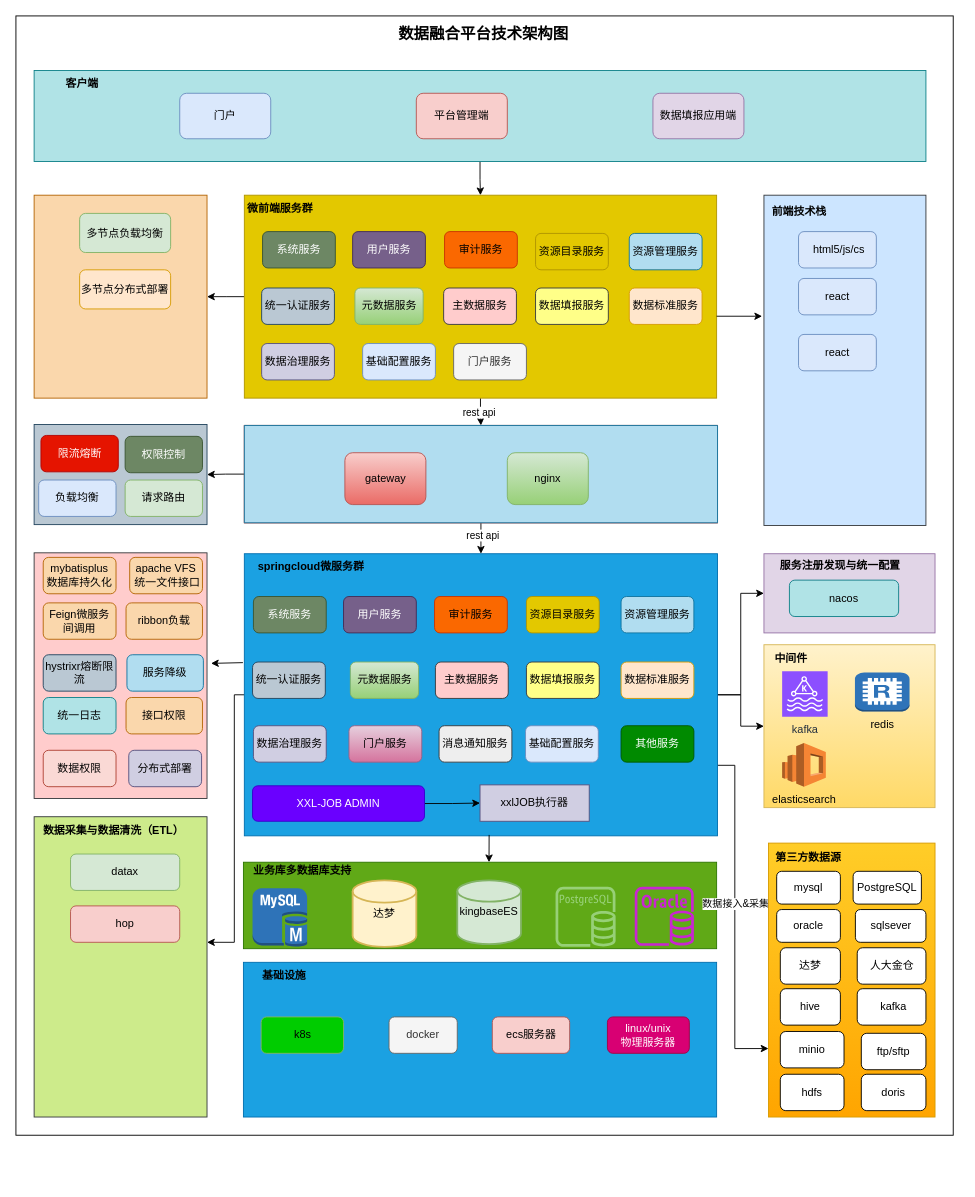
Before: 数据平台架构图.drawio in weiqingping/dw, a draw.io diagram. Source tidied: cells renumbered, new cells numbered last; positions are measured from the earlier drawing's top-left corner, leaving out a move shared by most shapes. Both pictures are drawn from the tidied source at 91%, with x=0, y=0 at pixel (15, 15).
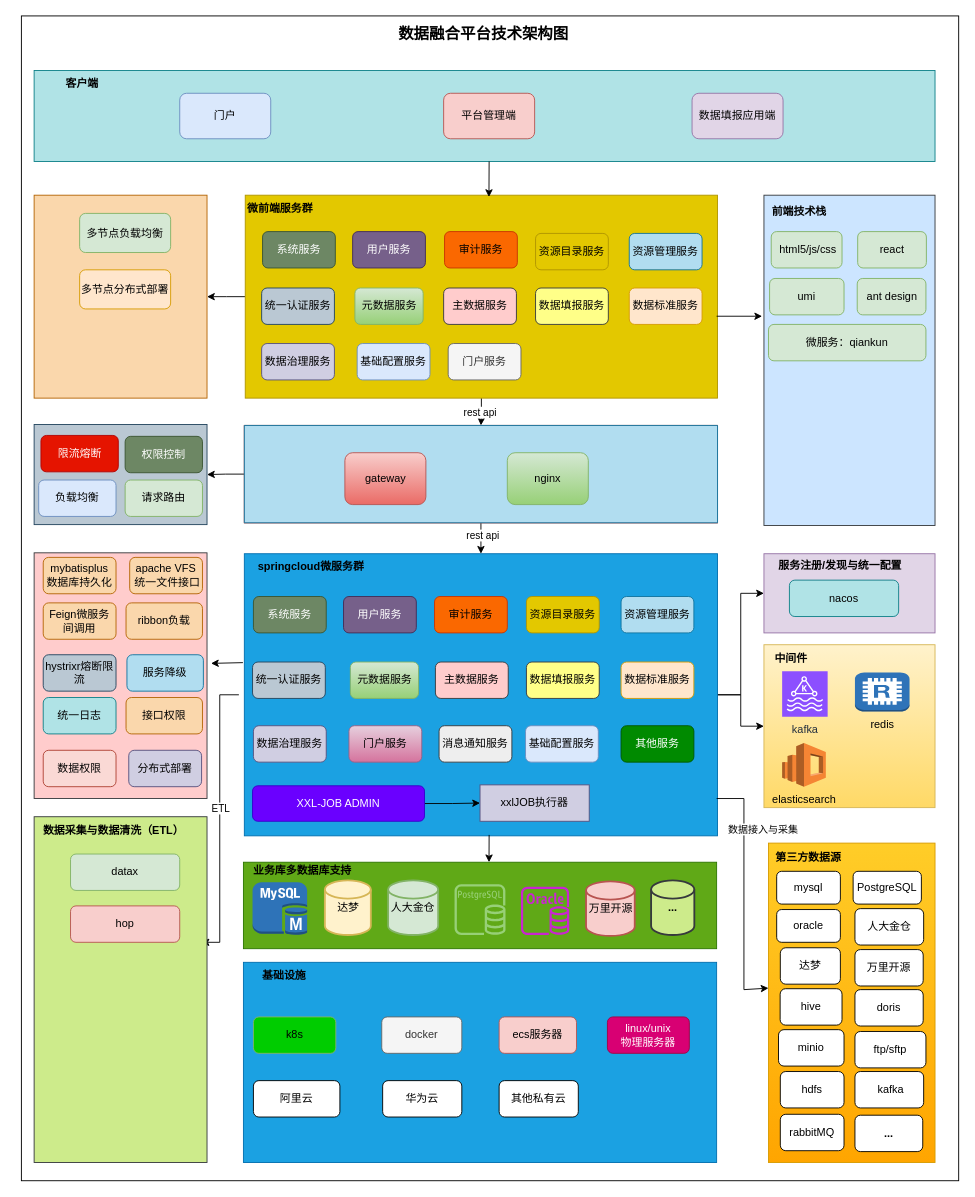
After the change.

Commit message:
更新数据平台架构图.drawio

Unchanged cells that the change refers to:
```xml
<mxCell id="16" style="rounded=0;whiteSpace=wrap;html=1;fillColor=#1ba1e2;fontColor=#ffffff;strokeColor=#006EAF;" parent="1" vertex="1">
  <mxGeometry x="251" y="591" width="520" height="310" as="geometry" />
</mxCell>
```

Diff of the diagram source:
```diff
@@
     <mxCell id="2" style="rounded=0;whiteSpace=wrap;html=1;" parent="1" vertex="1">
-      <mxGeometry width="1030" height="1230" as="geometry" />
+      <mxGeometry x="6" width="1030" height="1280" as="geometry" />
     </mxCell>
     <mxCell id="3" style="rounded=0;whiteSpace=wrap;html=1;fillColor=#1ba1e2;fontColor=#ffffff;strokeColor=#006EAF;" parent="1" vertex="1">
-      <mxGeometry x="250" y="1040" width="520" height="170" as="geometry" />
+      <mxGeometry x="250" y="1040" width="520" height="220" as="geometry" />
     </mxCell>
@@
     <mxCell id="5" value="k8s" style="rounded=1;whiteSpace=wrap;html=1;fillColor=#00CC00;strokeColor=#82b366;" parent="1" vertex="1">
-      <mxGeometry x="269.5" y="1100" width="90.5" height="40" as="geometry" />
+      <mxGeometry x="261" y="1100" width="90.5" height="40" as="geometry" />
     </mxCell>
@@
     <mxCell id="7" value="ecs服务器" style="rounded=1;whiteSpace=wrap;html=1;fillColor=#f8cecc;strokeColor=#b85450;" parent="1" vertex="1">
-      <mxGeometry x="523.5" y="1100" width="85" height="40" as="geometry" />
+      <mxGeometry x="531" y="1100" width="85" height="40" as="geometry" />
     </mxCell>
@@
     <mxCell id="10" value="达梦" style="strokeWidth=2;html=1;shape=mxgraph.flowchart.database;whiteSpace=wrap;fillColor=#fff2cc;strokeColor=#d6b656;" parent="1" vertex="1">
-      <mxGeometry x="370" y="950" width="70" height="73" as="geometry" />
+      <mxGeometry x="339.5" y="950" width="50.5" height="60" as="geometry" />
     </mxCell>
@@
-    <mxCell id="13" style="edgeStyle=orthogonalEdgeStyle;rounded=0;jettySize=auto;html=1;exitX=1;exitY=0.75;exitDx=0;exitDy=0;entryX=0;entryY=0.75;entryDx=0;entryDy=0;" parent="1" edge="1" source="16" target="92">
-      <mxGeometry relative="1" as="geometry">
-        <Array as="points">
-          <mxPoint x="790" y="824" />
-          <mxPoint x="790" y="1135" />
-        </Array>
-      </mxGeometry>
-    </mxCell>
-    <mxCell id="14" value="数据接入&amp;amp;采集" style="edgeLabel;html=1;align=center;verticalAlign=middle;" parent="13" vertex="1">
-      <mxGeometry x="-0.07" relative="1" as="geometry" />
-    </mxCell>
-    <mxCell id="15" style="edgeStyle=orthogonalEdgeStyle;rounded=0;jettySize=auto;html=1;exitX=0;exitY=0.5;exitDx=0;exitDy=0;" parent="1" edge="1" source="16" target="104">
+    <mxCell id="15" style="edgeStyle=orthogonalEdgeStyle;rounded=0;orthogonalLoop=1;jettySize=auto;html=1;exitX=0;exitY=0.5;exitDx=0;exitDy=0;" parent="1" edge="1">
       <mxGeometry relative="1" as="geometry">
+        <mxPoint x="245" y="746" as="sourcePoint" />
+        <mxPoint x="204" y="1018" as="targetPoint" />
         <Array as="points">
-          <mxPoint x="240" y="746" />
-          <mxPoint x="240" y="1018" />
+          <mxPoint x="224" y="746" />
+          <mxPoint x="224" y="1018" />
         </Array>
       </mxGeometry>
     </mxCell>
+    <mxCell id="128" value="ETL" style="edgeLabel;html=1;align=center;verticalAlign=middle;" parent="15" vertex="1">
+      <mxGeometry x="0.01" y="1" relative="1" as="geometry">
+        <mxPoint x="-1" y="-13" as="offset" />
+      </mxGeometry>
+    </mxCell>
@@
     <mxCell id="17" style="dashed=0;verticalLabelPosition=bottom;verticalAlign=top;align=center;html=1;shape=mxgraph.aws3.mysql_db_instance;fillColor=#2E73B8;gradientColor=none;" parent="1" vertex="1">
-      <mxGeometry x="260" y="958.5" width="60" height="64.5" as="geometry" />
+      <mxGeometry x="260" y="952" width="60" height="58" as="geometry" />
     </mxCell>
     <mxCell id="18" style="sketch=0;fontColor=#232F3E;gradientColor=none;fillColor=#C925D1;strokeColor=none;dashed=0;verticalLabelPosition=bottom;verticalAlign=top;align=center;html=1;fontSize=12;fontStyle=0;shape=mxgraph.aws4.rds_oracle_instance;" parent="1" vertex="1">
-      <mxGeometry x="680" y="957" width="65" height="65" as="geometry" />
+      <mxGeometry x="555" y="957" width="53" height="53" as="geometry" />
     </mxCell>
     <mxCell id="19" style="sketch=0;fontColor=#000000;fillColor=#97D077;strokeColor=#BD7000;dashed=0;verticalLabelPosition=bottom;verticalAlign=top;align=center;html=1;fontSize=12;fontStyle=0;shape=mxgraph.aws4.rds_postgresql_instance;fillStyle=auto;" parent="1" vertex="1">
-      <mxGeometry x="593" y="957" width="66" height="66" as="geometry" />
+      <mxGeometry x="482" y="954" width="56" height="56" as="geometry" />
     </mxCell>
-    <mxCell id="20" value="kingbaseES" style="strokeWidth=2;html=1;shape=mxgraph.flowchart.database;whiteSpace=wrap;fillColor=#d5e8d4;strokeColor=#82b366;" parent="1" vertex="1">
-      <mxGeometry x="485" y="950" width="70" height="70" as="geometry" />
+    <mxCell id="20" value="人大金仓" style="strokeWidth=2;html=1;shape=mxgraph.flowchart.database;whiteSpace=wrap;fillColor=#d5e8d4;strokeColor=#82b366;" parent="1" vertex="1">
+      <mxGeometry x="409" y="950" width="55" height="60" as="geometry" />
     </mxCell>
@@
-    <mxCell id="52" value="&lt;b&gt;服务注册发现与统一配置&lt;/b&gt;" style="text;html=1;strokeColor=none;fillColor=none;align=center;verticalAlign=middle;whiteSpace=wrap;rounded=0;" parent="1" vertex="1">
+    <mxCell id="52" value="&lt;b&gt;服务注册/发现与统一配置&lt;/b&gt;" style="text;html=1;strokeColor=none;fillColor=none;align=center;verticalAlign=middle;whiteSpace=wrap;rounded=0;" parent="1" vertex="1">
       <mxGeometry x="832" y="589" width="148" height="30" as="geometry" />
     </mxCell>
@@
     <mxCell id="64" style="rounded=0;whiteSpace=wrap;html=1;fillColor=#e3c800;fontColor=#000000;strokeColor=#B09500;" parent="1" vertex="1">
-      <mxGeometry x="251" y="197" width="519" height="223" as="geometry" />
+      <mxGeometry x="252" y="197" width="519" height="223" as="geometry" />
     </mxCell>
@@
     <mxCell id="77" value="基础配置服务" style="rounded=1;whiteSpace=wrap;html=1;fillColor=#dae8fc;strokeColor=#6c8ebf;" parent="1" vertex="1">
-      <mxGeometry x="381" y="360" width="80" height="40" as="geometry" />
+      <mxGeometry x="375" y="360" width="80" height="40" as="geometry" />
     </mxCell>
     <mxCell id="78" style="rounded=0;whiteSpace=wrap;html=1;fillColor=#cce5ff;strokeColor=#36393d;" parent="1" vertex="1">
-      <mxGeometry x="822" y="197" width="178" height="363" as="geometry" />
+      <mxGeometry x="822" y="197" width="188" height="363" as="geometry" />
     </mxCell>
@@
     <mxCell id="85" value="门户服务" style="rounded=1;whiteSpace=wrap;html=1;fillColor=#f5f5f5;strokeColor=#666666;fontColor=#333333;" parent="1" vertex="1">
-      <mxGeometry x="481" y="360" width="80" height="40" as="geometry" />
+      <mxGeometry x="475" y="360" width="80" height="40" as="geometry" />
     </mxCell>
-    <mxCell id="86" style="edgeStyle=orthogonalEdgeStyle;rounded=0;jettySize=auto;html=1;" parent="1" edge="1" source="87" target="64">
-      <mxGeometry relative="1" as="geometry" />
-    </mxCell>
     <mxCell id="87" style="rounded=0;whiteSpace=wrap;html=1;fillColor=#b0e3e6;strokeColor=#0e8088;" parent="1" vertex="1">
-      <mxGeometry x="20" y="60" width="980" height="100" as="geometry" />
+      <mxGeometry x="20" y="60" width="990" height="100" as="geometry" />
     </mxCell>
@@
     <mxCell id="90" value="平台管理端" style="rounded=1;whiteSpace=wrap;html=1;fillColor=#f8cecc;strokeColor=#b85450;" parent="1" vertex="1">
-      <mxGeometry x="440" y="85" width="100" height="50" as="geometry" />
+      <mxGeometry x="470" y="85" width="100" height="50" as="geometry" />
     </mxCell>
     <mxCell id="91" value="数据填报应用端" style="rounded=1;whiteSpace=wrap;html=1;fillColor=#e1d5e7;strokeColor=#9673a6;" parent="1" vertex="1">
-      <mxGeometry x="700" y="85" width="100" height="50" as="geometry" />
+      <mxGeometry x="743" y="85" width="100" height="50" as="geometry" />
     </mxCell>
     <mxCell id="92" style="rounded=0;whiteSpace=wrap;html=1;fillColor=#ffcd28;gradientColor=#ffa500;strokeColor=#d79b00;" parent="1" vertex="1">
-      <mxGeometry x="827" y="909" width="183" height="301" as="geometry" />
+      <mxGeometry x="827" y="909" width="183" height="351" as="geometry" />
     </mxCell>
@@
-    <mxCell id="97" value="sqlsever" style="rounded=1;whiteSpace=wrap;html=1;" parent="1" vertex="1">
-      <mxGeometry x="922.5" y="982" width="77.5" height="36" as="geometry" />
+    <mxCell id="97" value="&lt;b&gt;...&lt;/b&gt;" style="rounded=1;whiteSpace=wrap;html=1;" parent="1" vertex="1">
+      <mxGeometry x="922" y="1208" width="74.5" height="40" as="geometry" />
     </mxCell>
@@
     <mxCell id="99" value="人大金仓" style="rounded=1;whiteSpace=wrap;html=1;" parent="1" vertex="1">
-      <mxGeometry x="924.5" y="1024" width="75.5" height="40" as="geometry" />
+      <mxGeometry x="922" y="981" width="75.5" height="40" as="geometry" />
     </mxCell>
     <mxCell id="100" value="hive" style="rounded=1;whiteSpace=wrap;html=1;" parent="1" vertex="1">
-      <mxGeometry x="840" y="1069" width="66" height="40" as="geometry" />
+      <mxGeometry x="839.8" y="1069" width="68" height="40" as="geometry" />
     </mxCell>
     <mxCell id="101" value="&amp;nbsp;kafka" style="rounded=1;whiteSpace=wrap;html=1;" parent="1" vertex="1">
-      <mxGeometry x="924.5" y="1069" width="75.5" height="40" as="geometry" />
+      <mxGeometry x="922" y="1160" width="75.5" height="40" as="geometry" />
     </mxCell>
     <mxCell id="102" value="minio" style="rounded=1;whiteSpace=wrap;html=1;" parent="1" vertex="1">
-      <mxGeometry x="840" y="1116" width="70" height="40" as="geometry" />
+      <mxGeometry x="838" y="1114" width="72" height="40" as="geometry" />
     </mxCell>
@@
     <mxCell id="104" style="rounded=0;whiteSpace=wrap;html=1;fillColor=#cdeb8b;strokeColor=#36393d;" parent="1" vertex="1">
-      <mxGeometry x="20" y="880" width="190" height="330" as="geometry" />
+      <mxGeometry x="20" y="880" width="190" height="380" as="geometry" />
     </mxCell>
@@
     <mxCell id="108" value="ftp/sftp" style="rounded=1;whiteSpace=wrap;html=1;" parent="1" vertex="1">
-      <mxGeometry x="929" y="1118" width="71" height="40" as="geometry" />
+      <mxGeometry x="922" y="1116" width="78" height="40" as="geometry" />
     </mxCell>
     <mxCell id="109" value="hdfs" style="rounded=1;whiteSpace=wrap;html=1;" parent="1" vertex="1">
-      <mxGeometry x="840" y="1163" width="70" height="40" as="geometry" />
+      <mxGeometry x="840" y="1160" width="70" height="40" as="geometry" />
     </mxCell>
-    <mxCell id="110" value="&amp;nbsp;html5/js/cs" style="rounded=1;whiteSpace=wrap;html=1;fillColor=#dae8fc;strokeColor=#6c8ebf;" parent="1" vertex="1">
-      <mxGeometry x="860" y="237" width="85.5" height="40" as="geometry" />
+    <mxCell id="110" value="&amp;nbsp;html5/js/css" style="rounded=1;whiteSpace=wrap;html=1;fillColor=#d5e8d4;strokeColor=#82b366;" parent="1" vertex="1">
+      <mxGeometry x="830" y="237" width="77.8" height="40" as="geometry" />
     </mxCell>
@@
     <mxCell id="112" value="docker" style="rounded=1;whiteSpace=wrap;html=1;fillColor=#f5f5f5;strokeColor=#666666;fontColor=#333333;" parent="1" vertex="1">
-      <mxGeometry x="410" y="1100" width="75" height="40" as="geometry" />
+      <mxGeometry x="402" y="1100" width="88" height="40" as="geometry" />
     </mxCell>
@@
-    <mxCell id="115" value="react" style="rounded=1;whiteSpace=wrap;html=1;fillColor=#dae8fc;strokeColor=#6c8ebf;" parent="1" vertex="1">
-      <mxGeometry x="860" y="288.5" width="85.5" height="40" as="geometry" />
+    <mxCell id="115" value="react" style="rounded=1;whiteSpace=wrap;html=1;fillColor=#d5e8d4;strokeColor=#82b366;" parent="1" vertex="1">
+      <mxGeometry x="925" y="237" width="75.5" height="40" as="geometry" />
     </mxCell>
-    <mxCell id="116" value="react" style="rounded=1;whiteSpace=wrap;html=1;fillColor=#dae8fc;strokeColor=#6c8ebf;" parent="1" vertex="1">
-      <mxGeometry x="860" y="350" width="85.5" height="40" as="geometry" />
-    </mxCell>
     <mxCell id="117" value="doris" style="rounded=1;whiteSpace=wrap;html=1;" parent="1" vertex="1">
-      <mxGeometry x="929" y="1163" width="71" height="40" as="geometry" />
+      <mxGeometry x="922" y="1070" width="75" height="40" as="geometry" />
     </mxCell>
@@
+    <mxCell id="129" value="万里开源" style="strokeWidth=2;html=1;shape=mxgraph.flowchart.database;whiteSpace=wrap;fillColor=#f8cecc;strokeColor=#b85450;" parent="1" vertex="1">
+      <mxGeometry x="626.5" y="951" width="53.5" height="60" as="geometry" />
+    </mxCell>
+    <mxCell id="130" value="&lt;b&gt;...&lt;/b&gt;" style="strokeWidth=2;html=1;shape=mxgraph.flowchart.database;whiteSpace=wrap;fillColor=#cdeb8b;strokeColor=#36393d;" parent="1" vertex="1">
+      <mxGeometry x="698" y="950" width="47.5" height="60" as="geometry" />
+    </mxCell>
+    <mxCell id="131" value="万里开源" style="rounded=1;whiteSpace=wrap;html=1;" parent="1" vertex="1">
+      <mxGeometry x="922" y="1026" width="75" height="40" as="geometry" />
+    </mxCell>
+    <mxCell id="132" value="rabbitMQ" style="rounded=1;whiteSpace=wrap;html=1;" parent="1" vertex="1">
+      <mxGeometry x="840" y="1207" width="70" height="40" as="geometry" />
+    </mxCell>
+    <mxCell id="133" style="endArrow=classic;html=1;rounded=0;entryX=0;entryY=0.454;entryDx=0;entryDy=0;entryPerimeter=0;" parent="1" edge="1" target="92">
+      <mxGeometry relative="1" as="geometry">
+        <mxPoint x="770" y="860" as="sourcePoint" />
+        <Array as="points">
+          <mxPoint x="800" y="860" />
+          <mxPoint x="800" y="1070" />
+        </Array>
+      </mxGeometry>
+    </mxCell>
+    <mxCell id="134" value="数据接入与采集" style="edgeLabel;html=1;align=center;verticalAlign=middle;" parent="133" vertex="1">
+      <mxGeometry x="-0.22" y="2" relative="1" as="geometry">
+        <mxPoint x="18" y="-41" as="offset" />
+      </mxGeometry>
+    </mxCell>
+    <mxCell id="135" value="微服务：qiankun" style="rounded=1;whiteSpace=wrap;html=1;fillColor=#d5e8d4;strokeColor=#82b366;" parent="1" vertex="1">
+      <mxGeometry x="827" y="339" width="173" height="40" as="geometry" />
+    </mxCell>
+    <mxCell id="136" value="umi" style="rounded=1;whiteSpace=wrap;html=1;fillColor=#d5e8d4;strokeColor=#82b366;" parent="1" vertex="1">
+      <mxGeometry x="828.2" y="288.5" width="81.8" height="40" as="geometry" />
+    </mxCell>
+    <mxCell id="137" value="ant design" style="rounded=1;whiteSpace=wrap;html=1;fillColor=#d5e8d4;strokeColor=#82b366;" parent="1" vertex="1">
+      <mxGeometry x="924.5" y="288.5" width="75.5" height="40" as="geometry" />
+    </mxCell>
+    <mxCell id="138" value="阿里云" style="rounded=1;whiteSpace=wrap;html=1;" parent="1" vertex="1">
+      <mxGeometry x="261" y="1170" width="95" height="40" as="geometry" />
+    </mxCell>
+    <mxCell id="139" value="华为云" style="rounded=1;whiteSpace=wrap;html=1;" parent="1" vertex="1">
+      <mxGeometry x="403" y="1170" width="87" height="40" as="geometry" />
+    </mxCell>
+    <mxCell id="140" value="其他私有云" style="rounded=1;whiteSpace=wrap;html=1;" parent="1" vertex="1">
+      <mxGeometry x="531" y="1170" width="87" height="40" as="geometry" />
+    </mxCell>
+    <mxCell id="141" style="endArrow=classic;html=1;rounded=0;entryX=0.516;entryY=0.009;entryDx=0;entryDy=0;entryPerimeter=0;" parent="1" edge="1" target="64">
+      <mxGeometry relative="1" as="geometry">
+        <mxPoint x="520" y="160" as="sourcePoint" />
+      </mxGeometry>
+    </mxCell>
```
